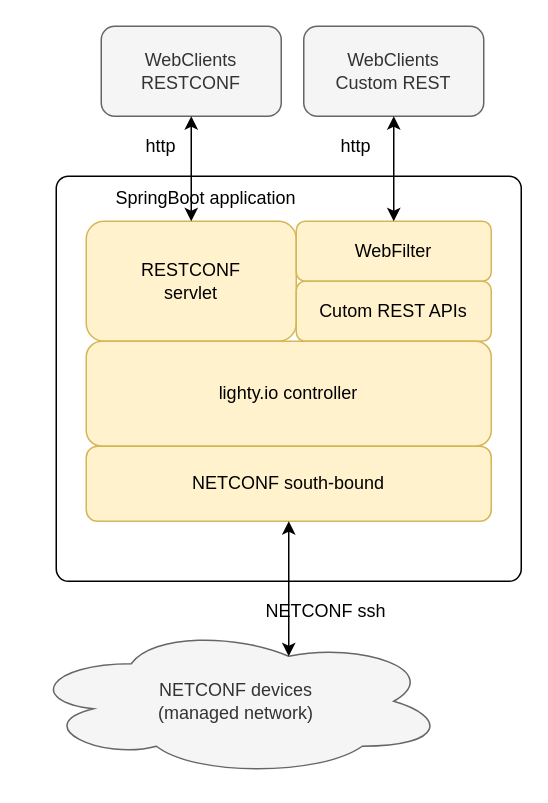
Above: lighty-examples/lighty-controller-springboot-netconf/docs/lighty.io-springboot-architecture.drawio in PANTHEONtech/lighty (draw.io), before the change. Source tidied: cells renumbered, new cells numbered last; positions are measured from the earlier drawing's top-left corner, leaving out a move shared by most shapes. Both pictures are drawn from the tidied source at 150%, with x=0, y=0 at pixel (26, 26).
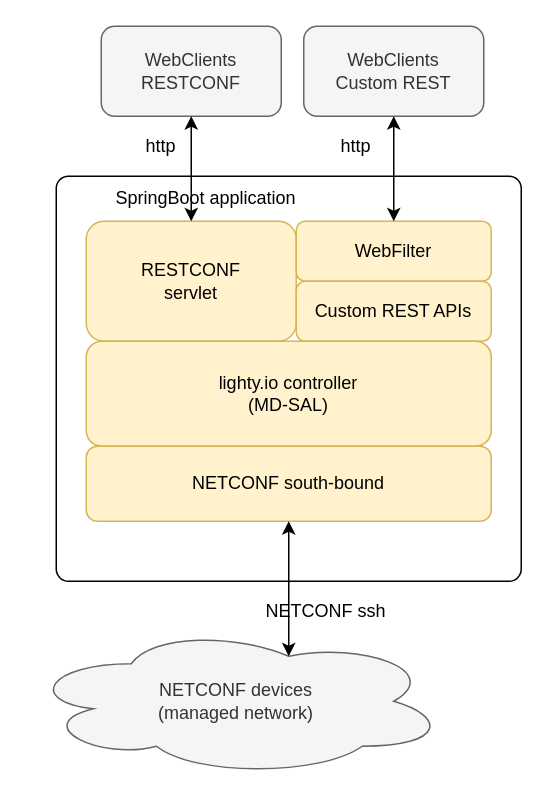
Above is the later version.

Commit message (it also covers changes not shown here):
fixed typos in architecture diagram

Change to the diagram source:
```diff
@@
 <mxGraphModel>
   <root>
     <mxCell id="0" />
     <mxCell id="1" parent="0" />
     <mxCell id="2" style="rounded=1;whiteSpace=wrap;html=1;arcSize=3;" parent="1" vertex="1">
       <mxGeometry x="20" y="100" width="310" height="270" as="geometry" />
     </mxCell>
     <mxCell id="3" value="WebClients&lt;br&gt;Custom REST" style="rounded=1;whiteSpace=wrap;html=1;fillColor=#f5f5f5;strokeColor=#666666;fontColor=#333333;" parent="1" vertex="1">
       <mxGeometry x="185" width="120" height="60" as="geometry" />
     </mxCell>
     <mxCell id="4" value="WebClients&lt;br&gt;RESTCONF" style="rounded=1;whiteSpace=wrap;html=1;fillColor=#f5f5f5;strokeColor=#666666;fontColor=#333333;" parent="1" vertex="1">
       <mxGeometry x="50" width="120" height="60" as="geometry" />
     </mxCell>
     <mxCell id="5" value="RESTCONF&lt;br&gt;servlet" style="rounded=1;whiteSpace=wrap;html=1;fillColor=#fff2cc;strokeColor=#d6b656;" parent="1" vertex="1">
       <mxGeometry x="40" y="130" width="140" height="80" as="geometry" />
     </mxCell>
     <mxCell id="6" value="WebFilter" style="rounded=1;whiteSpace=wrap;html=1;fillColor=#fff2cc;strokeColor=#d6b656;" parent="1" vertex="1">
       <mxGeometry x="180" y="130" width="130" height="40" as="geometry" />
     </mxCell>
-    <mxCell id="7" value="Cutom REST APIs" style="rounded=1;whiteSpace=wrap;html=1;fillColor=#fff2cc;strokeColor=#d6b656;" parent="1" vertex="1">
+    <mxCell id="7" value="Custom REST APIs" style="rounded=1;whiteSpace=wrap;html=1;fillColor=#fff2cc;strokeColor=#d6b656;" parent="1" vertex="1">
       <mxGeometry x="180" y="170" width="130" height="40" as="geometry" />
     </mxCell>
-    <mxCell id="8" value="lighty.io controller" style="rounded=1;whiteSpace=wrap;html=1;fillColor=#fff2cc;strokeColor=#d6b656;" parent="1" vertex="1">
+    <mxCell id="8" value="lighty.io controller&lt;br&gt;(MD-SAL)" style="rounded=1;whiteSpace=wrap;html=1;fillColor=#fff2cc;strokeColor=#d6b656;" parent="1" vertex="1">
       <mxGeometry x="40" y="210" width="270" height="70" as="geometry" />
     </mxCell>
     <mxCell id="9" value="NETCONF south-bound" style="rounded=1;whiteSpace=wrap;html=1;fillColor=#fff2cc;strokeColor=#d6b656;" parent="1" vertex="1">
       <mxGeometry x="40" y="280" width="270" height="50" as="geometry" />
     </mxCell>
     <mxCell id="10" value="SpringBoot application" style="text;html=1;strokeColor=none;fillColor=none;align=center;verticalAlign=middle;whiteSpace=wrap;rounded=0;" parent="1" vertex="1">
       <mxGeometry x="30" y="105" width="180" height="20" as="geometry" />
     </mxCell>
     <mxCell id="11" value="NETCONF devices&lt;br&gt;(managed network)" style="ellipse;shape=cloud;whiteSpace=wrap;html=1;fillColor=#f5f5f5;strokeColor=#666666;fontColor=#333333;" parent="1" vertex="1">
       <mxGeometry y="400" width="280" height="100" as="geometry" />
     </mxCell>
     <mxCell id="12" style="endArrow=classic;startArrow=classic;html=1;entryX=0.5;entryY=1;entryDx=0;entryDy=0;exitX=0.625;exitY=0.2;exitDx=0;exitDy=0;exitPerimeter=0;" parent="1" edge="1" source="11" target="9">
       <mxGeometry relative="1" as="geometry" />
     </mxCell>
     <mxCell id="13" style="endArrow=classic;startArrow=classic;html=1;entryX=0.5;entryY=1;entryDx=0;entryDy=0;" parent="1" edge="1" source="5" target="4">
       <mxGeometry relative="1" as="geometry" />
     </mxCell>
     <mxCell id="14" style="endArrow=classic;startArrow=classic;html=1;entryX=0.5;entryY=1;entryDx=0;entryDy=0;" parent="1" edge="1" source="6" target="3">
       <mxGeometry relative="1" as="geometry" />
     </mxCell>
     <mxCell id="15" value="http" style="text;html=1;strokeColor=none;fillColor=none;align=center;verticalAlign=middle;whiteSpace=wrap;rounded=0;" parent="1" vertex="1">
       <mxGeometry x="70" y="70" width="40" height="20" as="geometry" />
     </mxCell>
     <mxCell id="16" value="http" style="text;html=1;strokeColor=none;fillColor=none;align=center;verticalAlign=middle;whiteSpace=wrap;rounded=0;" parent="1" vertex="1">
       <mxGeometry x="200" y="70" width="40" height="20" as="geometry" />
     </mxCell>
     <mxCell id="17" value="NETCONF ssh" style="text;html=1;strokeColor=none;fillColor=none;align=center;verticalAlign=middle;whiteSpace=wrap;rounded=0;" parent="1" vertex="1">
       <mxGeometry x="140" y="380" width="120" height="20" as="geometry" />
     </mxCell>
   </root>
 </mxGraphModel>
```
